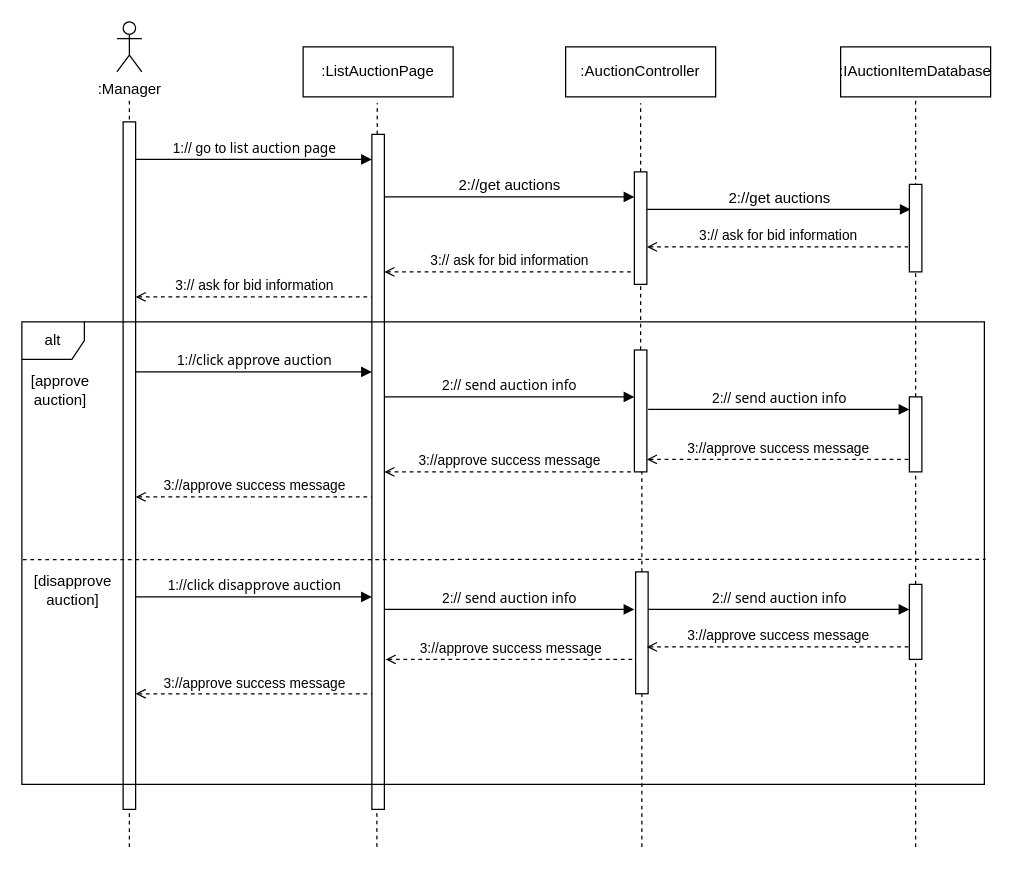
This is page "manage auction des" (11 of 20) of ooad-usecase-model.drawio from dotruong1910/ooad, a draw.io file, before an edit. Source tidied: cells renumbered, new cells numbered last; positions are measured from the earlier drawing's top-left corner, leaving out a move shared by most shapes. Both pictures are drawn from the tidied source at 125%, with x=0, y=0 at pixel (21, 21).
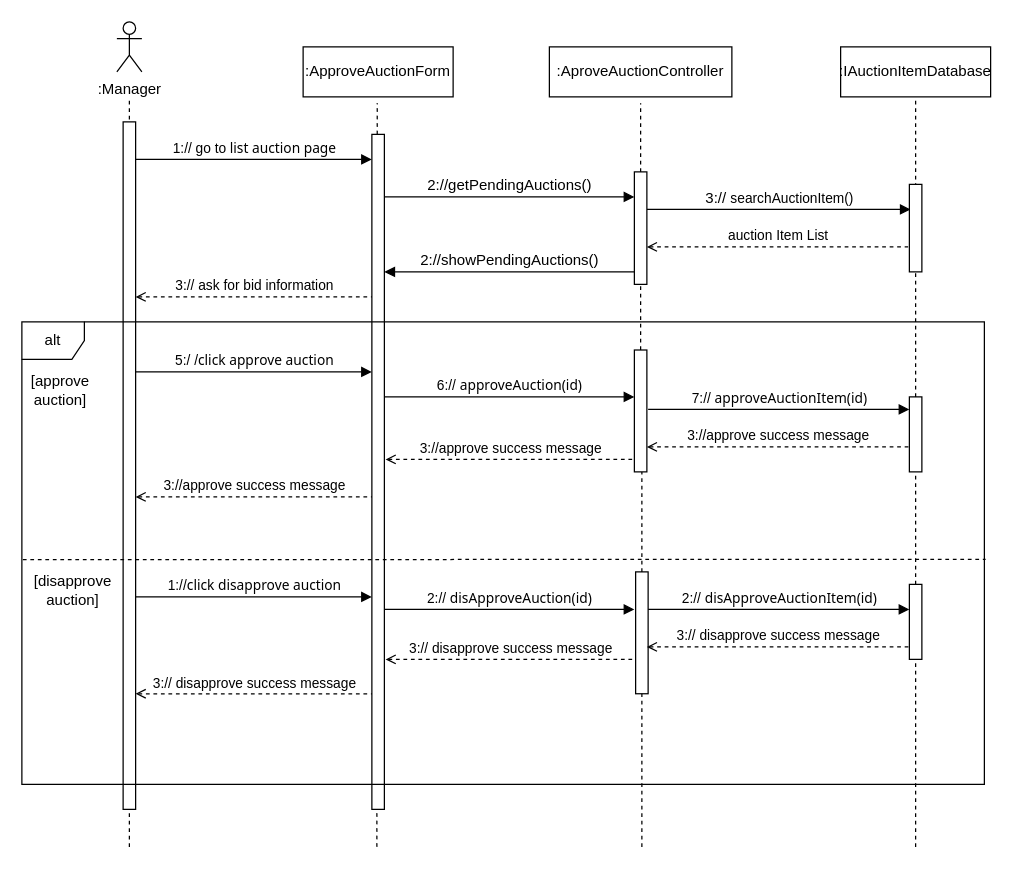
The same diagram, later.

Unchanged cells that the change refers to:
```xml
<mxCell id="7" style="html=1;points=[[0,0,0,0,5],[0,1,0,0,-5],[1,0,0,0,5],[1,1,0,0,-5]];perimeter=orthogonalPerimeter;outlineConnect=0;targetShapes=umlLifeline;portConstraint=eastwest;newEdgeStyle={&quot;curved&quot;:0,&quot;rounded&quot;:0};" parent="1" vertex="1">
  <mxGeometry x="280" y="90" width="10" height="540" as="geometry" />
</mxCell>
<mxCell id="9" value="alt" style="shape=umlFrame;whiteSpace=wrap;html=1;width=50;height=30;" parent="1" vertex="1">
  <mxGeometry y="240" width="770" height="370" as="geometry" />
</mxCell>
<mxCell id="16" style="html=1;points=[[0,0,0,0,5],[0,1,0,0,-5],[1,0,0,0,5],[1,1,0,0,-5]];perimeter=orthogonalPerimeter;outlineConnect=0;targetShapes=umlLifeline;portConstraint=eastwest;newEdgeStyle={&quot;curved&quot;:0,&quot;rounded&quot;:0};" parent="9" vertex="1">
  <mxGeometry x="710" y="60" width="10" height="60" as="geometry" />
</mxCell>
<mxCell id="25" style="html=1;points=[[0,0,0,0,5],[0,1,0,0,-5],[1,0,0,0,5],[1,1,0,0,-5]];perimeter=orthogonalPerimeter;outlineConnect=0;targetShapes=umlLifeline;portConstraint=eastwest;newEdgeStyle={&quot;curved&quot;:0,&quot;rounded&quot;:0};" parent="9" vertex="1">
  <mxGeometry x="710" y="210" width="10" height="60" as="geometry" />
</mxCell>
<mxCell id="30" style="html=1;points=[[0,0,0,0,5],[0,1,0,0,-5],[1,0,0,0,5],[1,1,0,0,-5]];perimeter=orthogonalPerimeter;outlineConnect=0;targetShapes=umlLifeline;portConstraint=eastwest;newEdgeStyle={&quot;curved&quot;:0,&quot;rounded&quot;:0};" parent="1" vertex="1">
  <mxGeometry x="490" y="262.5" width="10" height="97.5" as="geometry" />
</mxCell>
<mxCell id="39" style="html=1;points=[[0,0,0,0,5],[0,1,0,0,-5],[1,0,0,0,5],[1,1,0,0,-5]];perimeter=orthogonalPerimeter;outlineConnect=0;targetShapes=umlLifeline;portConstraint=eastwest;newEdgeStyle={&quot;curved&quot;:0,&quot;rounded&quot;:0};" parent="1" vertex="1">
  <mxGeometry x="490" y="120" width="10" height="90" as="geometry" />
</mxCell>
```

Diff of the diagram source:
```diff
@@
-    <mxCell id="13" value="1://&lt;font face=&quot;Tahoma&quot;&gt;click approve auction&lt;br&gt;&lt;/font&gt;" style="html=1;verticalAlign=bottom;endArrow=block;curved=0;rounded=0;endFill=1;" parent="9" edge="1">
+    <mxCell id="13" value="5:/ /&lt;font face=&quot;Tahoma&quot;&gt;click approve auction&lt;br&gt;&lt;/font&gt;" style="html=1;verticalAlign=bottom;endArrow=block;curved=0;rounded=0;endFill=1;" parent="9" edge="1">
       <mxGeometry relative="1" as="geometry">
         <mxPoint x="91" y="40" as="sourcePoint" />
         <mxPoint x="280" y="40" as="targetPoint" />
       </mxGeometry>
     </mxCell>
-    <mxCell id="14" value="2:// &lt;font face=&quot;Tahoma&quot;&gt;send auction info&lt;/font&gt;" style="html=1;verticalAlign=bottom;endArrow=block;curved=0;rounded=0;endFill=1;" parent="9" edge="1">
+    <mxCell id="14" value="6:// &lt;font face=&quot;Tahoma&quot;&gt;approveAuction(id)&lt;/font&gt;" style="html=1;verticalAlign=bottom;endArrow=block;curved=0;rounded=0;endFill=1;" parent="9" edge="1">
       <mxGeometry relative="1" as="geometry">
         <mxPoint x="290" y="60" as="sourcePoint" />
         <mxPoint x="490" y="60" as="targetPoint" />
       </mxGeometry>
     </mxCell>
-    <mxCell id="15" value="2:// &lt;font face=&quot;Tahoma&quot;&gt;send auction info&lt;/font&gt;" style="html=1;verticalAlign=bottom;endArrow=block;curved=0;rounded=0;endFill=1;" parent="9" edge="1" target="16">
+    <mxCell id="15" value="7:// &lt;font face=&quot;Tahoma&quot;&gt;approveAuctionItem(id)&lt;/font&gt;" style="html=1;verticalAlign=bottom;endArrow=block;curved=0;rounded=0;endFill=1;" parent="9" edge="1" target="16">
       <mxGeometry relative="1" as="geometry">
         <mxPoint x="501" y="70" as="sourcePoint" />
       </mxGeometry>
     </mxCell>
@@
     <mxCell id="17" value="3://approve success message" style="html=1;verticalAlign=bottom;endArrow=none;curved=0;rounded=0;endFill=0;startArrow=open;startFill=0;dashed=1;" parent="9" edge="1">
       <mxGeometry relative="1" as="geometry">
-        <mxPoint x="500" y="110" as="sourcePoint" />
-        <mxPoint x="710" y="110" as="targetPoint" />
+        <mxPoint x="500" y="100" as="sourcePoint" />
+        <mxPoint x="710" y="100" as="targetPoint" />
       </mxGeometry>
     </mxCell>
@@
-    <mxCell id="20" value="2:// &lt;font face=&quot;Tahoma&quot;&gt;send auction info&lt;/font&gt;" style="html=1;verticalAlign=bottom;endArrow=block;curved=0;rounded=0;endFill=1;" parent="9" edge="1">
+    <mxCell id="20" value="2:// &lt;font face=&quot;Tahoma&quot;&gt;disApproveAuction(id)&lt;/font&gt;" style="html=1;verticalAlign=bottom;endArrow=block;curved=0;rounded=0;endFill=1;" parent="9" edge="1">
       <mxGeometry relative="1" as="geometry">
         <mxPoint x="290" y="230" as="sourcePoint" />
         <mxPoint x="490" y="230" as="targetPoint" />
       </mxGeometry>
     </mxCell>
@@
-    <mxCell id="23" value="3://approve success message" style="html=1;verticalAlign=bottom;endArrow=none;curved=0;rounded=0;endFill=0;startArrow=open;startFill=0;dashed=1;" parent="9" edge="1">
+    <mxCell id="23" value="3:// disapprove success message" style="html=1;verticalAlign=bottom;endArrow=none;curved=0;rounded=0;endFill=0;startArrow=open;startFill=0;dashed=1;" parent="9" edge="1">
       <mxGeometry relative="1" as="geometry">
         <mxPoint x="291" y="270" as="sourcePoint" />
         <mxPoint x="491" y="270" as="targetPoint" />
       </mxGeometry>
     </mxCell>
-    <mxCell id="24" value="2:// &lt;font face=&quot;Tahoma&quot;&gt;send auction info&lt;/font&gt;" style="html=1;verticalAlign=bottom;endArrow=block;curved=0;rounded=0;endFill=1;" parent="9" edge="1" target="25">
+    <mxCell id="24" value="2:// &lt;font face=&quot;Tahoma&quot;&gt;disApproveAuctionItem(id)&lt;/font&gt;" style="html=1;verticalAlign=bottom;endArrow=block;curved=0;rounded=0;endFill=1;" parent="9" edge="1" target="25">
       <mxGeometry relative="1" as="geometry">
         <mxPoint x="501" y="230" as="sourcePoint" />
       </mxGeometry>
     </mxCell>
@@
-    <mxCell id="26" value="3://approve success message" style="html=1;verticalAlign=bottom;endArrow=none;curved=0;rounded=0;endFill=0;startArrow=open;startFill=0;dashed=1;" parent="9" edge="1">
+    <mxCell id="26" value="3:// disapprove success message" style="html=1;verticalAlign=bottom;endArrow=none;curved=0;rounded=0;endFill=0;startArrow=open;startFill=0;dashed=1;" parent="9" edge="1">
       <mxGeometry relative="1" as="geometry">
         <mxPoint x="500" y="260" as="sourcePoint" />
         <mxPoint x="710" y="260" as="targetPoint" />
       </mxGeometry>
     </mxCell>
@@
-    <mxCell id="29" value="3://approve success message" style="html=1;verticalAlign=bottom;endArrow=none;curved=0;rounded=0;endFill=0;startArrow=open;startFill=0;dashed=1;" parent="9" edge="1">
+    <mxCell id="29" value="3:// disapprove success message" style="html=1;verticalAlign=bottom;endArrow=none;curved=0;rounded=0;endFill=0;startArrow=open;startFill=0;dashed=1;" parent="9" edge="1">
       <mxGeometry relative="1" as="geometry">
         <mxPoint x="91" y="297.5" as="sourcePoint" />
         <mxPoint x="280" y="297.5" as="targetPoint" />
       </mxGeometry>
     </mxCell>
+    <mxCell id="41" value="3://approve success message" style="html=1;verticalAlign=bottom;endArrow=none;curved=0;rounded=0;endFill=0;startArrow=open;startFill=0;dashed=1;" parent="9" edge="1">
+      <mxGeometry relative="1" as="geometry">
+        <mxPoint x="291" y="110" as="sourcePoint" />
+        <mxPoint x="491" y="110" as="targetPoint" />
+      </mxGeometry>
+    </mxCell>
@@
-    <mxCell id="31" value="&lt;font style=&quot;font-size: 12px;&quot;&gt;2://get auctions&lt;br&gt;&lt;/font&gt;" style="html=1;verticalAlign=bottom;endArrow=block;curved=0;rounded=0;endFill=1;" parent="1" edge="1" target="39">
+    <mxCell id="31" value="&lt;font style=&quot;font-size: 12px;&quot;&gt;2://getPendingAuctions()&lt;br&gt;&lt;/font&gt;" style="html=1;verticalAlign=bottom;endArrow=block;curved=0;rounded=0;endFill=1;" parent="1" edge="1" target="39">
       <mxGeometry relative="1" as="geometry">
         <mxPoint x="290" y="140" as="sourcePoint" />
       </mxGeometry>
     </mxCell>
-    <mxCell id="32" value="&lt;font style=&quot;font-size: 12px;&quot;&gt;2://get auctions&lt;br&gt;&lt;/font&gt;" style="html=1;verticalAlign=bottom;endArrow=block;curved=0;rounded=0;endFill=1;" parent="1" edge="1" source="39">
+    <mxCell id="32" value="&lt;font style=&quot;font-size: 12px;&quot;&gt;3:// &lt;/font&gt;searchAuctionItem()" style="html=1;verticalAlign=bottom;endArrow=block;curved=0;rounded=0;endFill=1;" parent="1" edge="1" source="39">
       <mxGeometry relative="1" as="geometry">
         <mxPoint x="711" y="150" as="targetPoint" />
       </mxGeometry>
     </mxCell>
-    <mxCell id="33" value="3:// ask for bid information" style="html=1;verticalAlign=bottom;endArrow=none;curved=0;rounded=0;endFill=0;startArrow=open;startFill=0;dashed=1;" parent="1" edge="1">
+    <mxCell id="33" value="auction Item List" style="html=1;verticalAlign=bottom;endArrow=none;curved=0;rounded=0;endFill=0;startArrow=open;startFill=0;dashed=1;" parent="1" edge="1">
       <mxGeometry relative="1" as="geometry">
         <mxPoint x="500" y="180" as="sourcePoint" />
         <mxPoint x="709" y="180" as="targetPoint" />
       </mxGeometry>
     </mxCell>
-    <mxCell id="34" value="3:// ask for bid information" style="html=1;verticalAlign=bottom;endArrow=none;curved=0;rounded=0;endFill=0;startArrow=open;startFill=0;dashed=1;" parent="1" edge="1">
-      <mxGeometry relative="1" as="geometry">
-        <mxPoint x="290" y="200" as="sourcePoint" />
-        <mxPoint x="490" y="200" as="targetPoint" />
-      </mxGeometry>
-    </mxCell>
@@
-    <mxCell id="41" value="3://approve success message" style="html=1;verticalAlign=bottom;endArrow=none;curved=0;rounded=0;endFill=0;startArrow=open;startFill=0;dashed=1;" parent="1" edge="1" source="7" target="30">
-      <mxGeometry relative="1" as="geometry" />
-    </mxCell>
@@
-    <mxCell id="43" value=":ListAuctionPage" style="fontStyle=0;html=1;whiteSpace=wrap;" parent="1" vertex="1">
+    <mxCell id="43" value=":ApproveAuctionForm" style="fontStyle=0;html=1;whiteSpace=wrap;" parent="1" vertex="1">
       <mxGeometry x="225" y="20" width="120" height="40" as="geometry" />
     </mxCell>
-    <mxCell id="44" value=":AuctionController" style="fontStyle=0;html=1;whiteSpace=wrap;" parent="1" vertex="1">
-      <mxGeometry x="435" y="20" width="120" height="40" as="geometry" />
+    <mxCell id="44" value=":AproveAuctionController" style="fontStyle=0;html=1;whiteSpace=wrap;" parent="1" vertex="1">
+      <mxGeometry x="422" y="20" width="146" height="40" as="geometry" />
     </mxCell>
@@
+    <mxCell id="46" value="&lt;font style=&quot;font-size: 12px;&quot;&gt;2://showPendingAuctions()&lt;br&gt;&lt;/font&gt;" style="html=1;verticalAlign=bottom;endArrow=none;curved=0;rounded=0;endFill=0;startArrow=block;startFill=1;" parent="1" edge="1">
+      <mxGeometry relative="1" as="geometry">
+        <mxPoint x="290" y="200" as="sourcePoint" />
+        <mxPoint x="490" y="200" as="targetPoint" />
+      </mxGeometry>
+    </mxCell>
```
